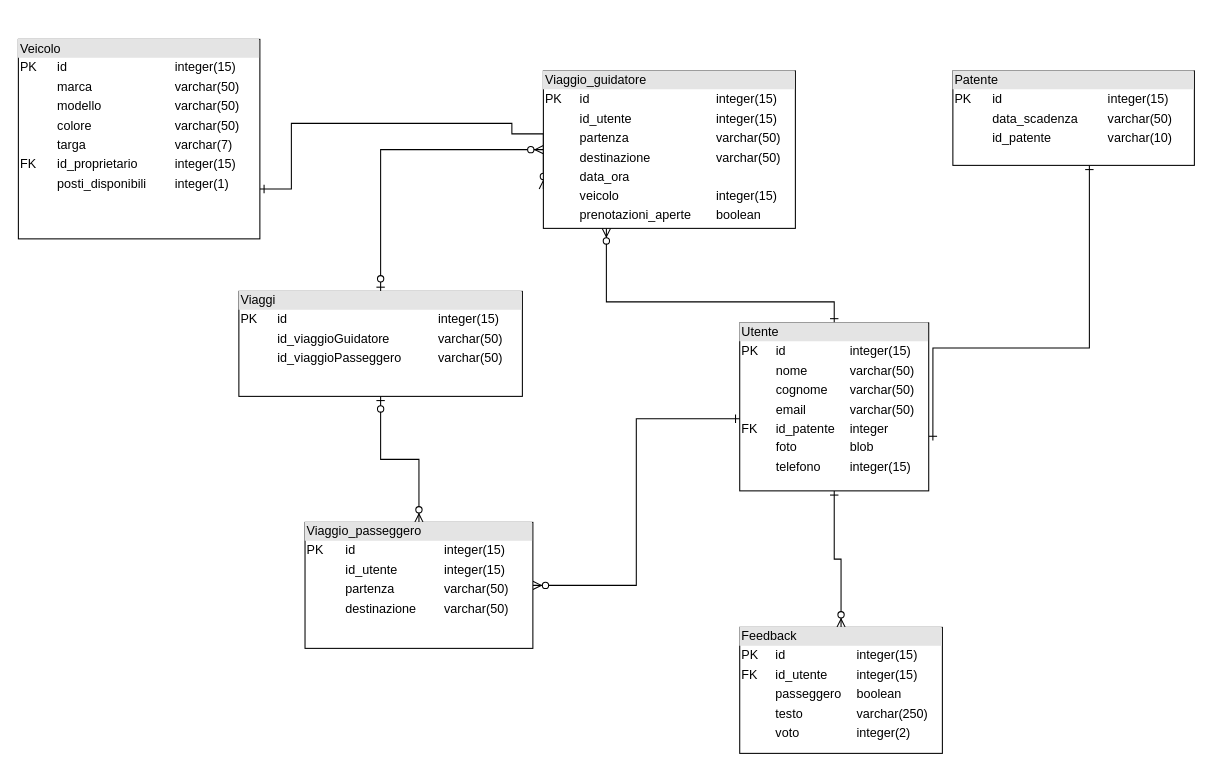
Lor3nzo01/cpp keeps this draw.io diagram as Untitled Diagram.drawio. Above is the earlier version. Source tidied: cells renumbered, new cells numbered last; positions are measured from the earlier drawing's top-left corner, leaving out a move shared by most shapes. Both pictures are drawn from the tidied source at 105%, with x=0, y=0 at pixel (18, 39).
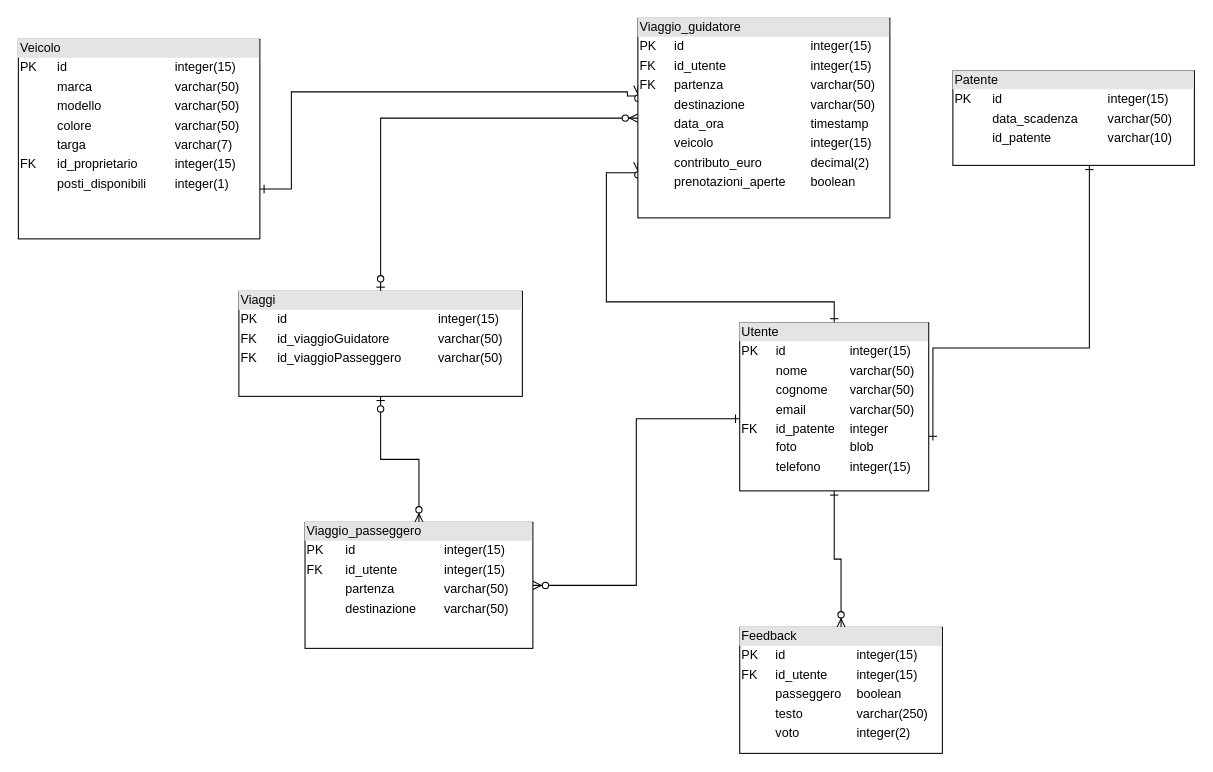
Above is the later version.

Commit message:
chiavi esterneù

The change refers to these unchanged cells:
```xml
<mxCell id="5" value="&lt;div style=&quot;box-sizing: border-box ; width: 100% ; background: #e4e4e4 ; padding: 2px&quot;&gt;Utente&lt;br&gt;&lt;/div&gt;&lt;table style=&quot;width: 100% ; font-size: 1em&quot; cellspacing=&quot;0&quot; cellpadding=&quot;2&quot;&gt;&lt;tbody&gt;&lt;tr&gt;&lt;td&gt;PK&lt;/td&gt;&lt;td&gt;&lt;br&gt;&lt;/td&gt;&lt;td&gt;&lt;br&gt;&lt;/td&gt;&lt;td&gt;id&lt;/td&gt;&lt;td&gt;integer(15)&lt;/td&gt;&lt;/tr&gt;&lt;tr&gt;&lt;td&gt;&lt;br&gt;&lt;/td&gt;&lt;td&gt;&lt;br&gt;&lt;/td&gt;&lt;td&gt;&lt;br&gt;&lt;/td&gt;&lt;td&gt;nome&lt;/td&gt;&lt;td&gt;varchar(50)&lt;/td&gt;&lt;/tr&gt;&lt;tr&gt;&lt;td&gt;&lt;br&gt;&lt;/td&gt;&lt;td&gt;&lt;br&gt;&lt;/td&gt;&lt;td&gt;&lt;br&gt;&lt;/td&gt;&lt;td&gt;cognome&lt;br&gt;&lt;/td&gt;&lt;td&gt;varchar(50)&lt;br&gt;&lt;/td&gt;&lt;/tr&gt;&lt;tr&gt;&lt;td&gt;&lt;br&gt;&lt;/td&gt;&lt;td&gt;&lt;br&gt;&lt;/td&gt;&lt;td&gt;&lt;br&gt;&lt;/td&gt;&lt;td&gt;email&lt;br&gt;&lt;/td&gt;&lt;td&gt;varchar(50)&lt;br&gt;&lt;/td&gt;&lt;/tr&gt;&lt;tr&gt;&lt;td&gt;FK&lt;br&gt;&lt;/td&gt;&lt;td&gt;&lt;br&gt;&lt;/td&gt;&lt;td&gt;&lt;br&gt;&lt;/td&gt;&lt;td&gt;id_patente&lt;/td&gt;&lt;td&gt;integer&lt;br&gt;&lt;/td&gt;&lt;/tr&gt;&lt;tr&gt;&lt;td&gt;&lt;br&gt;&lt;/td&gt;&lt;td&gt;&lt;br&gt;&lt;/td&gt;&lt;td&gt;&lt;br&gt;&lt;/td&gt;&lt;td&gt;foto&lt;br&gt;&lt;/td&gt;&lt;td&gt;blob&lt;br&gt;&lt;/td&gt;&lt;/tr&gt;&lt;tr&gt;&lt;td&gt;&lt;br&gt;&lt;/td&gt;&lt;td&gt;&lt;br&gt;&lt;/td&gt;&lt;td&gt;&lt;br&gt;&lt;/td&gt;&lt;td&gt;telefono&lt;br&gt;&lt;/td&gt;&lt;td&gt;integer(15)&lt;br&gt;&lt;/td&gt;&lt;/tr&gt;&lt;tr&gt;&lt;td&gt;&lt;br&gt;&lt;/td&gt;&lt;td&gt;&lt;br&gt;&lt;/td&gt;&lt;td&gt;&lt;br&gt;&lt;/td&gt;&lt;td&gt;&lt;br&gt;&lt;/td&gt;&lt;td&gt;&lt;br&gt;&lt;/td&gt;&lt;/tr&gt;&lt;tr&gt;&lt;td&gt;&lt;br&gt;&lt;/td&gt;&lt;td&gt;&lt;br&gt;&lt;/td&gt;&lt;td&gt;&lt;br&gt;&lt;/td&gt;&lt;td&gt;&lt;br&gt;&lt;/td&gt;&lt;td&gt;&lt;br&gt;&lt;/td&gt;&lt;/tr&gt;&lt;tr&gt;&lt;td&gt;&lt;br&gt;&lt;/td&gt;&lt;td&gt;&lt;br&gt;&lt;/td&gt;&lt;td&gt;&lt;br&gt;&lt;/td&gt;&lt;td&gt;&lt;br&gt;&lt;/td&gt;&lt;td&gt;&lt;br&gt;&lt;/td&gt;&lt;/tr&gt;&lt;tr&gt;&lt;td&gt;&lt;br&gt;&lt;/td&gt;&lt;td&gt;&lt;br&gt;&lt;/td&gt;&lt;td&gt;&lt;br&gt;&lt;/td&gt;&lt;td&gt;&lt;br&gt;&lt;/td&gt;&lt;td&gt;&lt;br&gt;&lt;/td&gt;&lt;/tr&gt;&lt;/tbody&gt;&lt;/table&gt;" style="verticalAlign=top;align=left;overflow=fill;html=1;" parent="1" vertex="1">
  <mxGeometry x="687" y="270" width="180" height="160" as="geometry" />
</mxCell>
<mxCell id="8" value="&lt;div style=&quot;box-sizing: border-box ; width: 100% ; background: #e4e4e4 ; padding: 2px&quot;&gt;Veicolo&lt;br&gt;&lt;/div&gt;&lt;table style=&quot;width: 100% ; font-size: 1em&quot; cellspacing=&quot;0&quot; cellpadding=&quot;2&quot;&gt;&lt;tbody&gt;&lt;tr&gt;&lt;td&gt;PK&lt;/td&gt;&lt;td&gt;&lt;br&gt;&lt;/td&gt;&lt;td&gt;&lt;br&gt;&lt;/td&gt;&lt;td&gt;id&lt;/td&gt;&lt;td&gt;integer(15)&lt;/td&gt;&lt;/tr&gt;&lt;tr&gt;&lt;td&gt;&lt;br&gt;&lt;/td&gt;&lt;td&gt;&lt;br&gt;&lt;/td&gt;&lt;td&gt;&lt;br&gt;&lt;/td&gt;&lt;td&gt;marca&lt;/td&gt;&lt;td&gt;varchar(50)&lt;/td&gt;&lt;/tr&gt;&lt;tr&gt;&lt;td&gt;&lt;br&gt;&lt;/td&gt;&lt;td&gt;&lt;br&gt;&lt;/td&gt;&lt;td&gt;&lt;br&gt;&lt;/td&gt;&lt;td&gt;modello&lt;br&gt;&lt;/td&gt;&lt;td&gt;varchar(50)&lt;br&gt;&lt;/td&gt;&lt;/tr&gt;&lt;tr&gt;&lt;td&gt;&lt;br&gt;&lt;/td&gt;&lt;td&gt;&lt;br&gt;&lt;/td&gt;&lt;td&gt;&lt;br&gt;&lt;/td&gt;&lt;td&gt;colore&lt;br&gt;&lt;/td&gt;&lt;td&gt;varchar(50)&lt;br&gt;&lt;/td&gt;&lt;/tr&gt;&lt;tr&gt;&lt;td&gt;&lt;br&gt;&lt;/td&gt;&lt;td&gt;&lt;br&gt;&lt;/td&gt;&lt;td&gt;&lt;br&gt;&lt;/td&gt;&lt;td&gt;targa&lt;/td&gt;&lt;td&gt;varchar(7)&lt;br&gt;&lt;/td&gt;&lt;/tr&gt;&lt;tr&gt;&lt;td&gt;FK&lt;br&gt;&lt;/td&gt;&lt;td&gt;&lt;br&gt;&lt;/td&gt;&lt;td&gt;&lt;br&gt;&lt;/td&gt;&lt;td&gt;id_proprietario&lt;br&gt;&lt;/td&gt;&lt;td&gt;integer(15)&lt;br&gt;&lt;/td&gt;&lt;/tr&gt;&lt;tr&gt;&lt;td&gt;&lt;br&gt;&lt;/td&gt;&lt;td&gt;&lt;br&gt;&lt;/td&gt;&lt;td&gt;&lt;br&gt;&lt;/td&gt;&lt;td&gt;posti_disponibili&lt;br&gt;&lt;/td&gt;&lt;td&gt;integer(1)&lt;br&gt;&lt;/td&gt;&lt;/tr&gt;&lt;tr&gt;&lt;td&gt;&lt;br&gt;&lt;/td&gt;&lt;td&gt;&lt;br&gt;&lt;/td&gt;&lt;td&gt;&lt;br&gt;&lt;/td&gt;&lt;td&gt;&lt;br&gt;&lt;/td&gt;&lt;td&gt;&lt;br&gt;&lt;/td&gt;&lt;/tr&gt;&lt;tr&gt;&lt;td&gt;&lt;br&gt;&lt;/td&gt;&lt;td&gt;&lt;br&gt;&lt;/td&gt;&lt;td&gt;&lt;br&gt;&lt;/td&gt;&lt;td&gt;&lt;br&gt;&lt;/td&gt;&lt;td&gt;&lt;br&gt;&lt;/td&gt;&lt;/tr&gt;&lt;tr&gt;&lt;td&gt;&lt;br&gt;&lt;/td&gt;&lt;td&gt;&lt;br&gt;&lt;/td&gt;&lt;td&gt;&lt;br&gt;&lt;/td&gt;&lt;td&gt;&lt;br&gt;&lt;/td&gt;&lt;td&gt;&lt;br&gt;&lt;/td&gt;&lt;/tr&gt;&lt;tr&gt;&lt;td&gt;&lt;br&gt;&lt;/td&gt;&lt;td&gt;&lt;br&gt;&lt;/td&gt;&lt;td&gt;&lt;br&gt;&lt;/td&gt;&lt;td&gt;&lt;br&gt;&lt;/td&gt;&lt;td&gt;&lt;br&gt;&lt;/td&gt;&lt;/tr&gt;&lt;/tbody&gt;&lt;/table&gt;" style="verticalAlign=top;align=left;overflow=fill;html=1;" parent="1" vertex="1">
  <mxGeometry width="230" height="190" as="geometry" />
</mxCell>
```

The edit, as a diff of the source:
```diff
@@
-    <mxCell id="3" style="edgeStyle=orthogonalEdgeStyle;rounded=0;jettySize=auto;html=1;startArrow=ERone;startFill=0;endArrow=ERzeroToMany;endFill=1;" parent="1" edge="1" source="5" target="10">
+    <mxCell id="3" style="edgeStyle=orthogonalEdgeStyle;rounded=0;jettySize=auto;html=1;startArrow=ERone;startFill=0;endArrow=ERzeroToMany;endFill=1;entryX=0;entryY=0.721;entryDx=0;entryDy=0;entryPerimeter=0;" parent="1" edge="1" source="5" target="10">
       <mxGeometry relative="1" as="geometry">
         <Array as="points">
+          <mxPoint x="777" y="250" />
           <mxPoint x="560" y="250" />
+          <mxPoint x="560" y="127" />
         </Array>
       </mxGeometry>
     </mxCell>
@@
-    <mxCell id="7" style="edgeStyle=orthogonalEdgeStyle;rounded=0;jettySize=auto;html=1;exitX=1;exitY=0.75;exitDx=0;exitDy=0;entryX=0;entryY=0.75;entryDx=0;entryDy=0;startArrow=ERone;startFill=0;endArrow=ERzeroToMany;endFill=1;" parent="1" edge="1" source="8" target="10">
+    <mxCell id="7" style="edgeStyle=orthogonalEdgeStyle;rounded=0;jettySize=auto;html=1;exitX=1;exitY=0.75;exitDx=0;exitDy=0;entryX=0;entryY=0.337;entryDx=0;entryDy=0;startArrow=ERone;startFill=0;endArrow=ERzeroToMany;endFill=1;entryPerimeter=0;" parent="1" edge="1" source="8" target="10">
       <mxGeometry relative="1" as="geometry">
         <Array as="points">
           <mxPoint x="260" y="143" />
-          <mxPoint x="260" y="80" />
-          <mxPoint x="470" y="80" />
-          <mxPoint x="470" y="90" />
-          <mxPoint x="500" y="90" />
+          <mxPoint x="260" y="50" />
+          <mxPoint x="580" y="50" />
+          <mxPoint x="580" y="54" />
         </Array>
       </mxGeometry>
     </mxCell>
@@
-    <mxCell id="10" value="&lt;div style=&quot;box-sizing: border-box ; width: 100% ; background: #e4e4e4 ; padding: 2px&quot;&gt;Viaggio_guidatore&lt;br&gt;&lt;/div&gt;&lt;table style=&quot;width: 100% ; font-size: 1em&quot; cellspacing=&quot;0&quot; cellpadding=&quot;2&quot;&gt;&lt;tbody&gt;&lt;tr&gt;&lt;td&gt;PK&lt;/td&gt;&lt;td&gt;&lt;br&gt;&lt;/td&gt;&lt;td&gt;&lt;br&gt;&lt;/td&gt;&lt;td&gt;id&lt;/td&gt;&lt;td&gt;integer(15)&lt;/td&gt;&lt;/tr&gt;&lt;tr&gt;&lt;td&gt;&lt;br&gt;&lt;/td&gt;&lt;td&gt;&lt;br&gt;&lt;/td&gt;&lt;td&gt;&lt;br&gt;&lt;/td&gt;&lt;td&gt;id_utente&lt;br&gt;&lt;/td&gt;&lt;td&gt;integer(15)&lt;br&gt;&lt;/td&gt;&lt;/tr&gt;&lt;tr&gt;&lt;td&gt;&lt;br&gt;&lt;/td&gt;&lt;td&gt;&lt;br&gt;&lt;/td&gt;&lt;td&gt;&lt;br&gt;&lt;/td&gt;&lt;td&gt;partenza&lt;/td&gt;&lt;td&gt;varchar(50)&lt;/td&gt;&lt;/tr&gt;&lt;tr&gt;&lt;td&gt;&lt;br&gt;&lt;/td&gt;&lt;td&gt;&lt;br&gt;&lt;/td&gt;&lt;td&gt;&lt;br&gt;&lt;/td&gt;&lt;td&gt;destinazione&lt;br&gt;&lt;/td&gt;&lt;td&gt;varchar(50)&lt;br&gt;&lt;/td&gt;&lt;/tr&gt;&lt;tr&gt;&lt;td&gt;&lt;br&gt;&lt;/td&gt;&lt;td&gt;&lt;br&gt;&lt;/td&gt;&lt;td&gt;&lt;br&gt;&lt;/td&gt;&lt;td&gt;data_ora&lt;br&gt;&lt;/td&gt;&lt;td&gt;&lt;br&gt;&lt;/td&gt;&lt;/tr&gt;&lt;tr&gt;&lt;td&gt;&lt;br&gt;&lt;/td&gt;&lt;td&gt;&lt;br&gt;&lt;/td&gt;&lt;td&gt;&lt;br&gt;&lt;/td&gt;&lt;td&gt;veicolo&lt;br&gt;&lt;/td&gt;&lt;td&gt;integer(15)&lt;br&gt;&lt;/td&gt;&lt;/tr&gt;&lt;tr&gt;&lt;td&gt;&lt;br&gt;&lt;/td&gt;&lt;td&gt;&lt;br&gt;&lt;/td&gt;&lt;td&gt;&lt;br&gt;&lt;/td&gt;&lt;td&gt;prenotazioni_aperte&lt;br&gt;&lt;/td&gt;&lt;td&gt;boolean&lt;br&gt;&lt;/td&gt;&lt;/tr&gt;&lt;tr&gt;&lt;td&gt;&lt;br&gt;&lt;/td&gt;&lt;td&gt;&lt;br&gt;&lt;/td&gt;&lt;td&gt;&lt;br&gt;&lt;/td&gt;&lt;td&gt;&lt;br&gt;&lt;/td&gt;&lt;td&gt;&lt;br&gt;&lt;/td&gt;&lt;/tr&gt;&lt;tr&gt;&lt;td&gt;&lt;br&gt;&lt;/td&gt;&lt;td&gt;&lt;br&gt;&lt;/td&gt;&lt;td&gt;&lt;br&gt;&lt;/td&gt;&lt;td&gt;&lt;br&gt;&lt;/td&gt;&lt;td&gt;&lt;br&gt;&lt;/td&gt;&lt;/tr&gt;&lt;tr&gt;&lt;td&gt;&lt;br&gt;&lt;/td&gt;&lt;td&gt;&lt;br&gt;&lt;/td&gt;&lt;td&gt;&lt;br&gt;&lt;/td&gt;&lt;td&gt;&lt;br&gt;&lt;/td&gt;&lt;td&gt;&lt;br&gt;&lt;/td&gt;&lt;/tr&gt;&lt;tr&gt;&lt;td&gt;&lt;br&gt;&lt;/td&gt;&lt;td&gt;&lt;br&gt;&lt;/td&gt;&lt;td&gt;&lt;br&gt;&lt;/td&gt;&lt;td&gt;&lt;br&gt;&lt;/td&gt;&lt;td&gt;&lt;br&gt;&lt;/td&gt;&lt;/tr&gt;&lt;/tbody&gt;&lt;/table&gt;" style="verticalAlign=top;align=left;overflow=fill;html=1;" parent="1" vertex="1">
-      <mxGeometry x="500" y="30" width="240" height="150" as="geometry" />
+    <mxCell id="10" value="&lt;div style=&quot;box-sizing: border-box ; width: 100% ; background: #e4e4e4 ; padding: 2px&quot;&gt;Viaggio_guidatore&lt;br&gt;&lt;/div&gt;&lt;table style=&quot;width: 100% ; font-size: 1em&quot; cellspacing=&quot;0&quot; cellpadding=&quot;2&quot;&gt;&lt;tbody&gt;&lt;tr&gt;&lt;td&gt;PK&lt;/td&gt;&lt;td&gt;&lt;br&gt;&lt;/td&gt;&lt;td&gt;&lt;br&gt;&lt;/td&gt;&lt;td&gt;id&lt;/td&gt;&lt;td&gt;integer(15)&lt;/td&gt;&lt;/tr&gt;&lt;tr&gt;&lt;td&gt;FK&lt;br&gt;&lt;/td&gt;&lt;td&gt;&lt;br&gt;&lt;/td&gt;&lt;td&gt;&lt;br&gt;&lt;/td&gt;&lt;td&gt;id_utente&lt;br&gt;&lt;/td&gt;&lt;td&gt;integer(15)&lt;br&gt;&lt;/td&gt;&lt;/tr&gt;&lt;tr&gt;&lt;td&gt;FK&lt;br&gt;&lt;/td&gt;&lt;td&gt;&lt;br&gt;&lt;/td&gt;&lt;td&gt;&lt;br&gt;&lt;/td&gt;&lt;td&gt;partenza&lt;/td&gt;&lt;td&gt;varchar(50)&lt;/td&gt;&lt;/tr&gt;&lt;tr&gt;&lt;td&gt;&lt;br&gt;&lt;/td&gt;&lt;td&gt;&lt;br&gt;&lt;/td&gt;&lt;td&gt;&lt;br&gt;&lt;/td&gt;&lt;td&gt;destinazione&lt;br&gt;&lt;/td&gt;&lt;td&gt;varchar(50)&lt;br&gt;&lt;/td&gt;&lt;/tr&gt;&lt;tr&gt;&lt;td&gt;&lt;br&gt;&lt;/td&gt;&lt;td&gt;&lt;br&gt;&lt;/td&gt;&lt;td&gt;&lt;br&gt;&lt;/td&gt;&lt;td&gt;data_ora&lt;br&gt;&lt;/td&gt;&lt;td&gt;timestamp&lt;br&gt;&lt;/td&gt;&lt;/tr&gt;&lt;tr&gt;&lt;td&gt;&lt;br&gt;&lt;/td&gt;&lt;td&gt;&lt;br&gt;&lt;/td&gt;&lt;td&gt;&lt;br&gt;&lt;/td&gt;&lt;td&gt;veicolo&lt;br&gt;&lt;/td&gt;&lt;td&gt;integer(15)&lt;br&gt;&lt;/td&gt;&lt;/tr&gt;&lt;tr&gt;&lt;td&gt;&lt;br&gt;&lt;/td&gt;&lt;td&gt;&lt;br&gt;&lt;/td&gt;&lt;td&gt;&lt;br&gt;&lt;/td&gt;&lt;td&gt;contributo_euro&lt;br&gt;&lt;/td&gt;&lt;td&gt;decimal(2)&lt;br&gt;&lt;/td&gt;&lt;/tr&gt;&lt;tr&gt;&lt;td&gt;&lt;br&gt;&lt;/td&gt;&lt;td&gt;&lt;br&gt;&lt;/td&gt;&lt;td&gt;&lt;br&gt;&lt;/td&gt;&lt;td&gt;prenotazioni_aperte&lt;br&gt;&lt;/td&gt;&lt;td&gt;boolean&lt;br&gt;&lt;/td&gt;&lt;/tr&gt;&lt;tr&gt;&lt;td&gt;&lt;br&gt;&lt;/td&gt;&lt;td&gt;&lt;br&gt;&lt;/td&gt;&lt;td&gt;&lt;br&gt;&lt;/td&gt;&lt;td&gt;&lt;br&gt;&lt;/td&gt;&lt;td&gt;&lt;br&gt;&lt;/td&gt;&lt;/tr&gt;&lt;tr&gt;&lt;td&gt;&lt;br&gt;&lt;/td&gt;&lt;td&gt;&lt;br&gt;&lt;/td&gt;&lt;td&gt;&lt;br&gt;&lt;/td&gt;&lt;td&gt;&lt;br&gt;&lt;/td&gt;&lt;td&gt;&lt;br&gt;&lt;/td&gt;&lt;/tr&gt;&lt;tr&gt;&lt;td&gt;&lt;br&gt;&lt;/td&gt;&lt;td&gt;&lt;br&gt;&lt;/td&gt;&lt;td&gt;&lt;br&gt;&lt;/td&gt;&lt;td&gt;&lt;br&gt;&lt;/td&gt;&lt;td&gt;&lt;br&gt;&lt;/td&gt;&lt;/tr&gt;&lt;tr&gt;&lt;td&gt;&lt;br&gt;&lt;/td&gt;&lt;td&gt;&lt;br&gt;&lt;/td&gt;&lt;td&gt;&lt;br&gt;&lt;/td&gt;&lt;td&gt;&lt;br&gt;&lt;/td&gt;&lt;td&gt;&lt;br&gt;&lt;/td&gt;&lt;/tr&gt;&lt;/tbody&gt;&lt;/table&gt;" style="verticalAlign=top;align=left;overflow=fill;html=1;" parent="1" vertex="1">
+      <mxGeometry x="590" y="-20" width="240" height="190" as="geometry" />
     </mxCell>
@@
-    <mxCell id="13" value="&lt;div style=&quot;box-sizing: border-box ; width: 100% ; background: #e4e4e4 ; padding: 2px&quot;&gt;Viaggio_passeggero&lt;/div&gt;&lt;table style=&quot;width: 100% ; font-size: 1em&quot; cellspacing=&quot;0&quot; cellpadding=&quot;2&quot;&gt;&lt;tbody&gt;&lt;tr&gt;&lt;td&gt;PK&lt;/td&gt;&lt;td&gt;&lt;br&gt;&lt;/td&gt;&lt;td&gt;&lt;br&gt;&lt;/td&gt;&lt;td&gt;id&lt;/td&gt;&lt;td&gt;integer(15)&lt;/td&gt;&lt;/tr&gt;&lt;tr&gt;&lt;td&gt;&lt;br&gt;&lt;/td&gt;&lt;td&gt;&lt;br&gt;&lt;/td&gt;&lt;td&gt;&lt;br&gt;&lt;/td&gt;&lt;td&gt;id_utente&lt;br&gt;&lt;/td&gt;&lt;td&gt;integer(15)&lt;br&gt;&lt;/td&gt;&lt;/tr&gt;&lt;tr&gt;&lt;td&gt;&lt;br&gt;&lt;/td&gt;&lt;td&gt;&lt;br&gt;&lt;/td&gt;&lt;td&gt;&lt;br&gt;&lt;/td&gt;&lt;td&gt;partenza&lt;/td&gt;&lt;td&gt;varchar(50)&lt;/td&gt;&lt;/tr&gt;&lt;tr&gt;&lt;td&gt;&lt;br&gt;&lt;/td&gt;&lt;td&gt;&lt;br&gt;&lt;/td&gt;&lt;td&gt;&lt;br&gt;&lt;/td&gt;&lt;td&gt;destinazione&lt;br&gt;&lt;/td&gt;&lt;td&gt;varchar(50)&lt;br&gt;&lt;/td&gt;&lt;/tr&gt;&lt;tr&gt;&lt;td&gt;&lt;br&gt;&lt;/td&gt;&lt;td&gt;&lt;br&gt;&lt;/td&gt;&lt;td&gt;&lt;br&gt;&lt;/td&gt;&lt;td&gt;&lt;br&gt;&lt;/td&gt;&lt;td&gt;&lt;br&gt;&lt;/td&gt;&lt;/tr&gt;&lt;tr&gt;&lt;td&gt;&lt;br&gt;&lt;/td&gt;&lt;td&gt;&lt;br&gt;&lt;/td&gt;&lt;td&gt;&lt;br&gt;&lt;/td&gt;&lt;td&gt;&lt;br&gt;&lt;/td&gt;&lt;td&gt;&lt;br&gt;&lt;/td&gt;&lt;/tr&gt;&lt;tr&gt;&lt;td&gt;&lt;br&gt;&lt;/td&gt;&lt;td&gt;&lt;br&gt;&lt;/td&gt;&lt;td&gt;&lt;br&gt;&lt;/td&gt;&lt;td&gt;&lt;br&gt;&lt;/td&gt;&lt;td&gt;&lt;br&gt;&lt;/td&gt;&lt;/tr&gt;&lt;tr&gt;&lt;td&gt;&lt;br&gt;&lt;/td&gt;&lt;td&gt;&lt;br&gt;&lt;/td&gt;&lt;td&gt;&lt;br&gt;&lt;/td&gt;&lt;td&gt;&lt;br&gt;&lt;/td&gt;&lt;td&gt;&lt;br&gt;&lt;/td&gt;&lt;/tr&gt;&lt;tr&gt;&lt;td&gt;&lt;br&gt;&lt;/td&gt;&lt;td&gt;&lt;br&gt;&lt;/td&gt;&lt;td&gt;&lt;br&gt;&lt;/td&gt;&lt;td&gt;&lt;br&gt;&lt;/td&gt;&lt;td&gt;&lt;br&gt;&lt;/td&gt;&lt;/tr&gt;&lt;tr&gt;&lt;td&gt;&lt;br&gt;&lt;/td&gt;&lt;td&gt;&lt;br&gt;&lt;/td&gt;&lt;td&gt;&lt;br&gt;&lt;/td&gt;&lt;td&gt;&lt;br&gt;&lt;/td&gt;&lt;td&gt;&lt;br&gt;&lt;/td&gt;&lt;/tr&gt;&lt;/tbody&gt;&lt;/table&gt;" style="verticalAlign=top;align=left;overflow=fill;html=1;" parent="1" vertex="1">
+    <mxCell id="13" value="&lt;div style=&quot;box-sizing: border-box ; width: 100% ; background: #e4e4e4 ; padding: 2px&quot;&gt;Viaggio_passeggero&lt;/div&gt;&lt;table style=&quot;width: 100% ; font-size: 1em&quot; cellspacing=&quot;0&quot; cellpadding=&quot;2&quot;&gt;&lt;tbody&gt;&lt;tr&gt;&lt;td&gt;PK&lt;/td&gt;&lt;td&gt;&lt;br&gt;&lt;/td&gt;&lt;td&gt;&lt;br&gt;&lt;/td&gt;&lt;td&gt;id&lt;/td&gt;&lt;td&gt;integer(15)&lt;/td&gt;&lt;/tr&gt;&lt;tr&gt;&lt;td&gt;FK&lt;br&gt;&lt;/td&gt;&lt;td&gt;&lt;br&gt;&lt;/td&gt;&lt;td&gt;&lt;br&gt;&lt;/td&gt;&lt;td&gt;id_utente&lt;br&gt;&lt;/td&gt;&lt;td&gt;integer(15)&lt;br&gt;&lt;/td&gt;&lt;/tr&gt;&lt;tr&gt;&lt;td&gt;&lt;br&gt;&lt;/td&gt;&lt;td&gt;&lt;br&gt;&lt;/td&gt;&lt;td&gt;&lt;br&gt;&lt;/td&gt;&lt;td&gt;partenza&lt;/td&gt;&lt;td&gt;varchar(50)&lt;/td&gt;&lt;/tr&gt;&lt;tr&gt;&lt;td&gt;&lt;br&gt;&lt;/td&gt;&lt;td&gt;&lt;br&gt;&lt;/td&gt;&lt;td&gt;&lt;br&gt;&lt;/td&gt;&lt;td&gt;destinazione&lt;br&gt;&lt;/td&gt;&lt;td&gt;varchar(50)&lt;br&gt;&lt;/td&gt;&lt;/tr&gt;&lt;tr&gt;&lt;td&gt;&lt;br&gt;&lt;/td&gt;&lt;td&gt;&lt;br&gt;&lt;/td&gt;&lt;td&gt;&lt;br&gt;&lt;/td&gt;&lt;td&gt;&lt;br&gt;&lt;/td&gt;&lt;td&gt;&lt;br&gt;&lt;/td&gt;&lt;/tr&gt;&lt;tr&gt;&lt;td&gt;&lt;br&gt;&lt;/td&gt;&lt;td&gt;&lt;br&gt;&lt;/td&gt;&lt;td&gt;&lt;br&gt;&lt;/td&gt;&lt;td&gt;&lt;br&gt;&lt;/td&gt;&lt;td&gt;&lt;br&gt;&lt;/td&gt;&lt;/tr&gt;&lt;tr&gt;&lt;td&gt;&lt;br&gt;&lt;/td&gt;&lt;td&gt;&lt;br&gt;&lt;/td&gt;&lt;td&gt;&lt;br&gt;&lt;/td&gt;&lt;td&gt;&lt;br&gt;&lt;/td&gt;&lt;td&gt;&lt;br&gt;&lt;/td&gt;&lt;/tr&gt;&lt;tr&gt;&lt;td&gt;&lt;br&gt;&lt;/td&gt;&lt;td&gt;&lt;br&gt;&lt;/td&gt;&lt;td&gt;&lt;br&gt;&lt;/td&gt;&lt;td&gt;&lt;br&gt;&lt;/td&gt;&lt;td&gt;&lt;br&gt;&lt;/td&gt;&lt;/tr&gt;&lt;tr&gt;&lt;td&gt;&lt;br&gt;&lt;/td&gt;&lt;td&gt;&lt;br&gt;&lt;/td&gt;&lt;td&gt;&lt;br&gt;&lt;/td&gt;&lt;td&gt;&lt;br&gt;&lt;/td&gt;&lt;td&gt;&lt;br&gt;&lt;/td&gt;&lt;/tr&gt;&lt;tr&gt;&lt;td&gt;&lt;br&gt;&lt;/td&gt;&lt;td&gt;&lt;br&gt;&lt;/td&gt;&lt;td&gt;&lt;br&gt;&lt;/td&gt;&lt;td&gt;&lt;br&gt;&lt;/td&gt;&lt;td&gt;&lt;br&gt;&lt;/td&gt;&lt;/tr&gt;&lt;/tbody&gt;&lt;/table&gt;" style="verticalAlign=top;align=left;overflow=fill;html=1;" parent="1" vertex="1">
       <mxGeometry x="273" y="460" width="217" height="120" as="geometry" />
     </mxCell>
-    <mxCell id="14" value="&lt;div style=&quot;box-sizing: border-box ; width: 100% ; background: #e4e4e4 ; padding: 2px&quot;&gt;Viaggi&lt;/div&gt;&lt;table style=&quot;width: 100% ; font-size: 1em&quot; cellspacing=&quot;0&quot; cellpadding=&quot;2&quot;&gt;&lt;tbody&gt;&lt;tr&gt;&lt;td&gt;PK&lt;/td&gt;&lt;td&gt;&lt;br&gt;&lt;/td&gt;&lt;td&gt;&lt;br&gt;&lt;/td&gt;&lt;td&gt;id&lt;/td&gt;&lt;td&gt;integer(15)&lt;/td&gt;&lt;/tr&gt;&lt;tr&gt;&lt;td&gt;&lt;br&gt;&lt;/td&gt;&lt;td&gt;&lt;br&gt;&lt;/td&gt;&lt;td&gt;&lt;br&gt;&lt;/td&gt;&lt;td&gt;id_viaggioGuidatore&lt;/td&gt;&lt;td&gt;varchar(50)&lt;/td&gt;&lt;/tr&gt;&lt;tr&gt;&lt;td&gt;&lt;br&gt;&lt;/td&gt;&lt;td&gt;&lt;br&gt;&lt;/td&gt;&lt;td&gt;&lt;br&gt;&lt;/td&gt;&lt;td&gt;id_viaggioPasseggero&lt;br&gt;&lt;/td&gt;&lt;td&gt;varchar(50)&lt;br&gt;&lt;/td&gt;&lt;/tr&gt;&lt;tr&gt;&lt;td&gt;&lt;br&gt;&lt;/td&gt;&lt;td&gt;&lt;br&gt;&lt;/td&gt;&lt;td&gt;&lt;br&gt;&lt;/td&gt;&lt;td&gt;&lt;br&gt;&lt;/td&gt;&lt;td&gt;&lt;br&gt;&lt;/td&gt;&lt;/tr&gt;&lt;tr&gt;&lt;td&gt;&lt;br&gt;&lt;/td&gt;&lt;td&gt;&lt;br&gt;&lt;/td&gt;&lt;td&gt;&lt;br&gt;&lt;/td&gt;&lt;td&gt;&lt;br&gt;&lt;/td&gt;&lt;td&gt;&lt;br&gt;&lt;/td&gt;&lt;/tr&gt;&lt;tr&gt;&lt;td&gt;&lt;br&gt;&lt;/td&gt;&lt;td&gt;&lt;br&gt;&lt;/td&gt;&lt;td&gt;&lt;br&gt;&lt;/td&gt;&lt;td&gt;&lt;br&gt;&lt;/td&gt;&lt;td&gt;&lt;br&gt;&lt;/td&gt;&lt;/tr&gt;&lt;tr&gt;&lt;td&gt;&lt;br&gt;&lt;/td&gt;&lt;td&gt;&lt;br&gt;&lt;/td&gt;&lt;td&gt;&lt;br&gt;&lt;/td&gt;&lt;td&gt;&lt;br&gt;&lt;/td&gt;&lt;td&gt;&lt;br&gt;&lt;/td&gt;&lt;/tr&gt;&lt;tr&gt;&lt;td&gt;&lt;br&gt;&lt;/td&gt;&lt;td&gt;&lt;br&gt;&lt;/td&gt;&lt;td&gt;&lt;br&gt;&lt;/td&gt;&lt;td&gt;&lt;br&gt;&lt;/td&gt;&lt;td&gt;&lt;br&gt;&lt;/td&gt;&lt;/tr&gt;&lt;/tbody&gt;&lt;/table&gt;" style="verticalAlign=top;align=left;overflow=fill;html=1;" parent="1" vertex="1">
+    <mxCell id="14" value="&lt;div style=&quot;box-sizing: border-box ; width: 100% ; background: #e4e4e4 ; padding: 2px&quot;&gt;Viaggi&lt;/div&gt;&lt;table style=&quot;width: 100% ; font-size: 1em&quot; cellspacing=&quot;0&quot; cellpadding=&quot;2&quot;&gt;&lt;tbody&gt;&lt;tr&gt;&lt;td&gt;PK&lt;/td&gt;&lt;td&gt;&lt;br&gt;&lt;/td&gt;&lt;td&gt;&lt;br&gt;&lt;/td&gt;&lt;td&gt;id&lt;/td&gt;&lt;td&gt;integer(15)&lt;/td&gt;&lt;/tr&gt;&lt;tr&gt;&lt;td&gt;FK&lt;br&gt;&lt;/td&gt;&lt;td&gt;&lt;br&gt;&lt;/td&gt;&lt;td&gt;&lt;br&gt;&lt;/td&gt;&lt;td&gt;id_viaggioGuidatore&lt;/td&gt;&lt;td&gt;varchar(50)&lt;/td&gt;&lt;/tr&gt;&lt;tr&gt;&lt;td&gt;FK&lt;br&gt;&lt;/td&gt;&lt;td&gt;&lt;br&gt;&lt;/td&gt;&lt;td&gt;&lt;br&gt;&lt;/td&gt;&lt;td&gt;id_viaggioPasseggero&lt;br&gt;&lt;/td&gt;&lt;td&gt;varchar(50)&lt;br&gt;&lt;/td&gt;&lt;/tr&gt;&lt;tr&gt;&lt;td&gt;&lt;br&gt;&lt;/td&gt;&lt;td&gt;&lt;br&gt;&lt;/td&gt;&lt;td&gt;&lt;br&gt;&lt;/td&gt;&lt;td&gt;&lt;br&gt;&lt;/td&gt;&lt;td&gt;&lt;br&gt;&lt;/td&gt;&lt;/tr&gt;&lt;tr&gt;&lt;td&gt;&lt;br&gt;&lt;/td&gt;&lt;td&gt;&lt;br&gt;&lt;/td&gt;&lt;td&gt;&lt;br&gt;&lt;/td&gt;&lt;td&gt;&lt;br&gt;&lt;/td&gt;&lt;td&gt;&lt;br&gt;&lt;/td&gt;&lt;/tr&gt;&lt;tr&gt;&lt;td&gt;&lt;br&gt;&lt;/td&gt;&lt;td&gt;&lt;br&gt;&lt;/td&gt;&lt;td&gt;&lt;br&gt;&lt;/td&gt;&lt;td&gt;&lt;br&gt;&lt;/td&gt;&lt;td&gt;&lt;br&gt;&lt;/td&gt;&lt;/tr&gt;&lt;tr&gt;&lt;td&gt;&lt;br&gt;&lt;/td&gt;&lt;td&gt;&lt;br&gt;&lt;/td&gt;&lt;td&gt;&lt;br&gt;&lt;/td&gt;&lt;td&gt;&lt;br&gt;&lt;/td&gt;&lt;td&gt;&lt;br&gt;&lt;/td&gt;&lt;/tr&gt;&lt;tr&gt;&lt;td&gt;&lt;br&gt;&lt;/td&gt;&lt;td&gt;&lt;br&gt;&lt;/td&gt;&lt;td&gt;&lt;br&gt;&lt;/td&gt;&lt;td&gt;&lt;br&gt;&lt;/td&gt;&lt;td&gt;&lt;br&gt;&lt;/td&gt;&lt;/tr&gt;&lt;/tbody&gt;&lt;/table&gt;" style="verticalAlign=top;align=left;overflow=fill;html=1;" parent="1" vertex="1">
       <mxGeometry x="210" y="240" width="270" height="100" as="geometry" />
     </mxCell>
```
